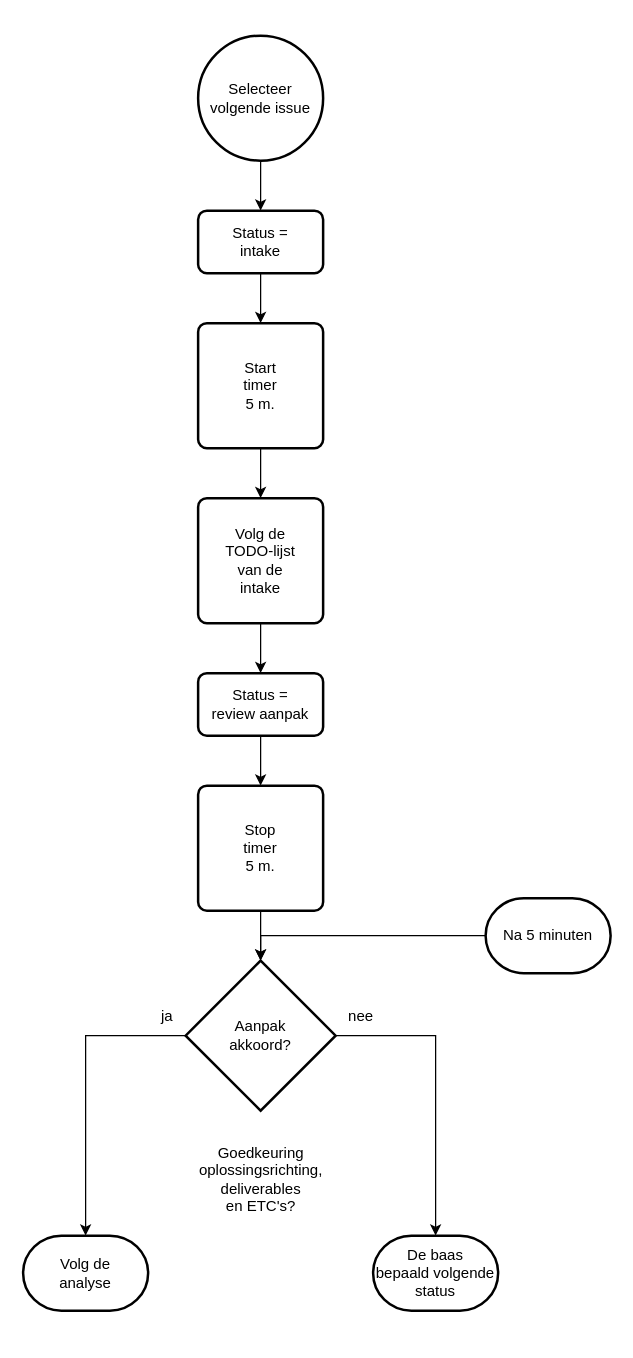
Before: 1 Issue Tracker intake.drawio in Zaibatsu89/IssueTracker, a draw.io diagram. Source tidied: cells renumbered, new cells numbered last; positions are measured from the earlier drawing's top-left corner, leaving out a move shared by most shapes. Both pictures are drawn from the tidied source at 125%, with x=0, y=0 at pixel (22, 35).
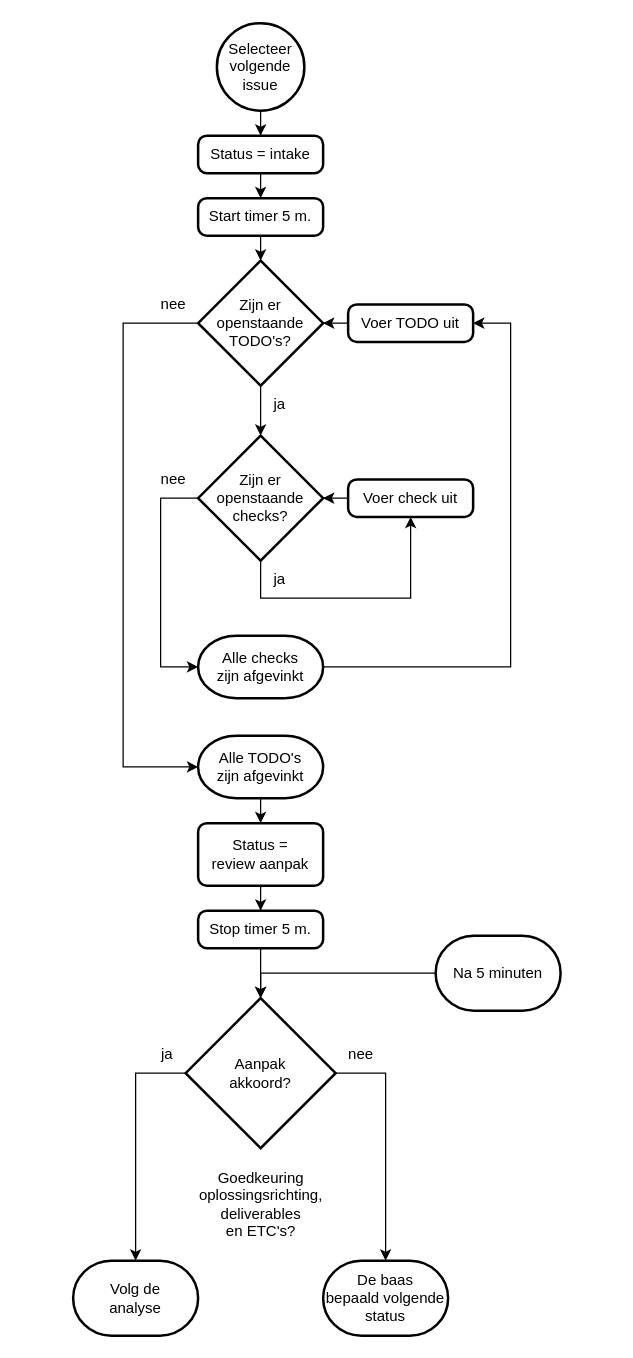
Above is the later version.

Commit message (it also covers changes not shown here):
loop in loop: TODO-lijst + cheklijst

What changed in the source:
```diff
@@
-    <mxCell id="3" value="Selecteer&lt;br&gt;volgende issue" style="strokeWidth=2;html=1;shape=mxgraph.flowchart.start_2;whiteSpace=wrap;" parent="1" vertex="1">
-      <mxGeometry x="140" width="100" height="100" as="geometry" />
+    <mxCell id="3" value="Selecteer&lt;br&gt;volgende&lt;br&gt;issue" style="strokeWidth=2;html=1;shape=mxgraph.flowchart.start_2;whiteSpace=wrap;" parent="1" vertex="1">
+      <mxGeometry x="155" y="-10" width="70" height="70" as="geometry" />
     </mxCell>
-    <mxCell id="4" style="edgeStyle=orthogonalEdgeStyle;rounded=0;jettySize=auto;html=1;" parent="1" edge="1" source="5" target="19">
-      <mxGeometry relative="1" as="geometry" />
-    </mxCell>
-    <mxCell id="5" value="Volg de&lt;br&gt;TODO-lijst&lt;br&gt;van de&lt;br&gt;intake" style="rounded=1;whiteSpace=wrap;html=1;absoluteArcSize=1;arcSize=14;strokeWidth=2;" parent="1" vertex="1">
-      <mxGeometry x="140" y="370" width="100" height="100" as="geometry" />
-    </mxCell>
     <mxCell id="6" value="nee" style="text;html=1;align=center;verticalAlign=middle;strokeColor=none;fillColor=none;" parent="1" vertex="1">
-      <mxGeometry x="250" y="770" width="40" height="30" as="geometry" />
+      <mxGeometry x="250" y="800" width="40" height="30" as="geometry" />
     </mxCell>
-    <mxCell id="7" style="edgeStyle=orthogonalEdgeStyle;rounded=0;jettySize=auto;html=1;" parent="1" edge="1" source="8" target="5">
-      <mxGeometry relative="1" as="geometry" />
-    </mxCell>
+    <mxCell id="24" style="edgeStyle=orthogonalEdgeStyle;rounded=0;jettySize=auto;html=1;" parent="1" edge="1" source="8" target="26">
+      <mxGeometry relative="1" as="geometry" />
+    </mxCell>
-    <mxCell id="8" value="Start&lt;br&gt;timer&lt;br&gt;5 m." style="rounded=1;whiteSpace=wrap;html=1;absoluteArcSize=1;arcSize=14;strokeWidth=2;" parent="1" vertex="1">
-      <mxGeometry x="140" y="230" width="100" height="100" as="geometry" />
+    <mxCell id="8" value="Start timer 5 m." style="rounded=1;whiteSpace=wrap;html=1;absoluteArcSize=1;arcSize=14;strokeWidth=2;" parent="1" vertex="1">
+      <mxGeometry x="140" y="130" width="100" height="30" as="geometry" />
     </mxCell>
@@
-    <mxCell id="10" value="Stop&lt;br&gt;timer&lt;br&gt;5 m." style="rounded=1;whiteSpace=wrap;html=1;absoluteArcSize=1;arcSize=14;strokeWidth=2;" parent="1" vertex="1">
-      <mxGeometry x="140" y="600" width="100" height="100" as="geometry" />
+    <mxCell id="10" value="Stop timer 5 m." style="rounded=1;whiteSpace=wrap;html=1;absoluteArcSize=1;arcSize=14;strokeWidth=2;" parent="1" vertex="1">
+      <mxGeometry x="140" y="700" width="100" height="30" as="geometry" />
     </mxCell>
     <mxCell id="11" value="Aanpak&lt;br&gt;akkoord?" style="strokeWidth=2;html=1;shape=mxgraph.flowchart.decision;whiteSpace=wrap;" parent="1" vertex="1">
-      <mxGeometry x="130" y="740" width="120" height="120" as="geometry" />
+      <mxGeometry x="130" y="770" width="120" height="120" as="geometry" />
     </mxCell>
     <mxCell id="12" value="ja" style="text;html=1;align=center;verticalAlign=middle;strokeColor=none;fillColor=none;" parent="1" vertex="1">
-      <mxGeometry x="100" y="770" width="30" height="30" as="geometry" />
+      <mxGeometry x="100" y="800" width="30" height="30" as="geometry" />
     </mxCell>
     <mxCell id="13" value="Goedkeuring&lt;br&gt;oplossingsrichting,&lt;br&gt;deliverables&lt;br&gt;en ETC's?" style="text;html=1;align=center;verticalAlign=middle;strokeColor=none;fillColor=none;" parent="1" vertex="1">
-      <mxGeometry x="130" y="880" width="120" height="70" as="geometry" />
+      <mxGeometry x="130" y="900" width="120" height="70" as="geometry" />
     </mxCell>
     <mxCell id="14" value="Volg de&lt;br&gt;analyse" style="strokeWidth=2;html=1;shape=mxgraph.flowchart.terminator;whiteSpace=wrap;" parent="1" vertex="1">
-      <mxGeometry y="960" width="100" height="60" as="geometry" />
+      <mxGeometry x="40" y="980" width="100" height="60" as="geometry" />
     </mxCell>
     <mxCell id="15" value="De baas&lt;br&gt;bepaald volgende&lt;br&gt;status" style="strokeWidth=2;html=1;shape=mxgraph.flowchart.terminator;whiteSpace=wrap;" parent="1" vertex="1">
-      <mxGeometry x="280" y="960" width="100" height="60" as="geometry" />
+      <mxGeometry x="240" y="980" width="100" height="60" as="geometry" />
     </mxCell>
     <mxCell id="16" style="edgeStyle=orthogonalEdgeStyle;rounded=0;jettySize=auto;html=1;entryX=0.5;entryY=0;entryDx=0;entryDy=0;entryPerimeter=0;exitX=1;exitY=0.5;exitDx=0;exitDy=0;exitPerimeter=0;" parent="1" edge="1" source="11" target="15">
       <mxGeometry relative="1" as="geometry">
         <Array as="points">
-          <mxPoint x="330" y="800" />
+          <mxPoint x="290" y="830" />
         </Array>
       </mxGeometry>
     </mxCell>
@@
     <mxCell id="19" value="Status =&lt;br&gt;review aanpak" style="rounded=1;whiteSpace=wrap;html=1;absoluteArcSize=1;arcSize=14;strokeWidth=2;" parent="1" vertex="1">
-      <mxGeometry x="140" y="510" width="100" height="50" as="geometry" />
+      <mxGeometry x="140" y="630" width="100" height="50" as="geometry" />
     </mxCell>
@@
-    <mxCell id="21" value="Status =&lt;br&gt;intake" style="rounded=1;whiteSpace=wrap;html=1;absoluteArcSize=1;arcSize=14;strokeWidth=2;" parent="1" vertex="1">
-      <mxGeometry x="140" y="140" width="100" height="50" as="geometry" />
+    <mxCell id="21" value="Status = intake" style="rounded=1;whiteSpace=wrap;html=1;absoluteArcSize=1;arcSize=14;strokeWidth=2;" parent="1" vertex="1">
+      <mxGeometry x="140" y="80" width="100" height="30" as="geometry" />
     </mxCell>
     <mxCell id="22" value="Na 5 minuten" style="strokeWidth=2;html=1;shape=mxgraph.flowchart.terminator;whiteSpace=wrap;" parent="1" vertex="1">
-      <mxGeometry x="370" y="690" width="100" height="60" as="geometry" />
+      <mxGeometry x="330" y="720" width="100" height="60" as="geometry" />
     </mxCell>
@@
+    <mxCell id="25" style="edgeStyle=orthogonalEdgeStyle;rounded=0;jettySize=auto;html=1;" parent="1" edge="1" source="26" target="28">
+      <mxGeometry relative="1" as="geometry" />
+    </mxCell>
+    <mxCell id="26" value="Zijn er&lt;br&gt;openstaande&lt;br&gt;TODO's?" style="strokeWidth=2;html=1;shape=mxgraph.flowchart.decision;whiteSpace=wrap;" parent="1" vertex="1">
+      <mxGeometry x="140" y="180" width="100" height="100" as="geometry" />
+    </mxCell>
+    <mxCell id="27" style="edgeStyle=orthogonalEdgeStyle;rounded=0;jettySize=auto;html=1;entryX=0.5;entryY=1;entryDx=0;entryDy=0;exitX=0.5;exitY=1;exitDx=0;exitDy=0;exitPerimeter=0;" parent="1" edge="1" source="28" target="30">
+      <mxGeometry relative="1" as="geometry">
+        <Array as="points">
+          <mxPoint x="190" y="450" />
+          <mxPoint x="310" y="450" />
+        </Array>
+      </mxGeometry>
+    </mxCell>
+    <mxCell id="28" value="Zijn er&lt;br&gt;openstaande&lt;br&gt;checks?" style="strokeWidth=2;html=1;shape=mxgraph.flowchart.decision;whiteSpace=wrap;" parent="1" vertex="1">
+      <mxGeometry x="140" y="320" width="100" height="100" as="geometry" />
+    </mxCell>
+    <mxCell id="29" style="edgeStyle=orthogonalEdgeStyle;rounded=0;jettySize=auto;html=1;" parent="1" edge="1" source="30" target="28">
+      <mxGeometry relative="1" as="geometry" />
+    </mxCell>
+    <mxCell id="30" value="Voer check uit" style="rounded=1;whiteSpace=wrap;html=1;absoluteArcSize=1;arcSize=14;strokeWidth=2;" parent="1" vertex="1">
+      <mxGeometry x="260" y="355" width="100" height="30" as="geometry" />
+    </mxCell>
+    <mxCell id="31" value="ja" style="text;html=1;align=center;verticalAlign=middle;strokeColor=none;fillColor=none;" parent="1" vertex="1">
+      <mxGeometry x="190" y="420" width="30" height="30" as="geometry" />
+    </mxCell>
+    <mxCell id="32" style="edgeStyle=orthogonalEdgeStyle;rounded=0;jettySize=auto;html=1;exitX=1;exitY=0.5;exitDx=0;exitDy=0;exitPerimeter=0;entryX=1;entryY=0.5;entryDx=0;entryDy=0;" parent="1" edge="1" source="33" target="37">
+      <mxGeometry relative="1" as="geometry">
+        <Array as="points">
+          <mxPoint x="390" y="505" />
+          <mxPoint x="390" y="230" />
+        </Array>
+      </mxGeometry>
+    </mxCell>
+    <mxCell id="33" value="Alle checks&lt;br&gt;zijn afgevinkt" style="strokeWidth=2;html=1;shape=mxgraph.flowchart.terminator;whiteSpace=wrap;" parent="1" vertex="1">
+      <mxGeometry x="140" y="480" width="100" height="50" as="geometry" />
+    </mxCell>
+    <mxCell id="34" style="edgeStyle=orthogonalEdgeStyle;rounded=0;jettySize=auto;html=1;exitX=0;exitY=0.5;exitDx=0;exitDy=0;exitPerimeter=0;entryX=0;entryY=0.5;entryDx=0;entryDy=0;entryPerimeter=0;" parent="1" edge="1" source="28" target="33">
+      <mxGeometry relative="1" as="geometry">
+        <Array as="points">
+          <mxPoint x="110" y="370" />
+          <mxPoint x="110" y="505" />
+        </Array>
+      </mxGeometry>
+    </mxCell>
+    <mxCell id="35" value="nee" style="text;html=1;align=center;verticalAlign=middle;strokeColor=none;fillColor=none;" parent="1" vertex="1">
+      <mxGeometry x="100" y="340" width="40" height="30" as="geometry" />
+    </mxCell>
+    <mxCell id="36" style="edgeStyle=orthogonalEdgeStyle;rounded=0;jettySize=auto;html=1;" parent="1" edge="1" source="37" target="26">
+      <mxGeometry relative="1" as="geometry" />
+    </mxCell>
+    <mxCell id="37" value="Voer TODO uit" style="rounded=1;whiteSpace=wrap;html=1;absoluteArcSize=1;arcSize=14;strokeWidth=2;" parent="1" vertex="1">
+      <mxGeometry x="260" y="215" width="100" height="30" as="geometry" />
+    </mxCell>
+    <mxCell id="38" value="nee" style="text;html=1;align=center;verticalAlign=middle;strokeColor=none;fillColor=none;" parent="1" vertex="1">
+      <mxGeometry x="100" y="200" width="40" height="30" as="geometry" />
+    </mxCell>
+    <mxCell id="39" value="ja" style="text;html=1;align=center;verticalAlign=middle;strokeColor=none;fillColor=none;" parent="1" vertex="1">
+      <mxGeometry x="190" y="280" width="30" height="30" as="geometry" />
+    </mxCell>
+    <mxCell id="40" style="edgeStyle=orthogonalEdgeStyle;rounded=0;jettySize=auto;html=1;" parent="1" edge="1" source="41" target="19">
+      <mxGeometry relative="1" as="geometry" />
+    </mxCell>
+    <mxCell id="41" value="Alle TODO's&lt;br&gt;zijn afgevinkt" style="strokeWidth=2;html=1;shape=mxgraph.flowchart.terminator;whiteSpace=wrap;" parent="1" vertex="1">
+      <mxGeometry x="140" y="560" width="100" height="50" as="geometry" />
+    </mxCell>
+    <mxCell id="42" style="edgeStyle=orthogonalEdgeStyle;rounded=0;jettySize=auto;html=1;exitX=0;exitY=0.5;exitDx=0;exitDy=0;exitPerimeter=0;entryX=0;entryY=0.5;entryDx=0;entryDy=0;entryPerimeter=0;" parent="1" edge="1" source="26" target="41">
+      <mxGeometry relative="1" as="geometry">
+        <Array as="points">
+          <mxPoint x="80" y="230" />
+          <mxPoint x="80" y="585" />
+        </Array>
+      </mxGeometry>
+    </mxCell>
```
